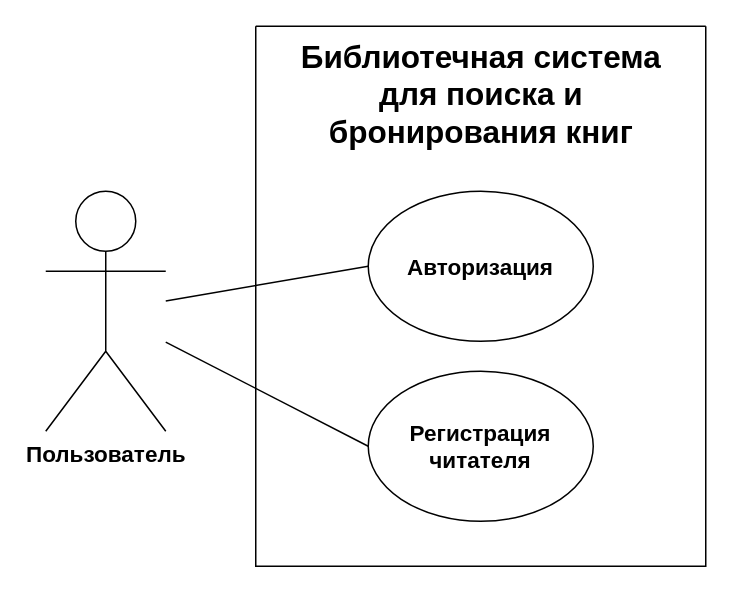
This is _doc/Конструкторский раздел/drawio/Диаграмма прецедентов. Пользователь.drawio from XOMAv2/library-system, a draw.io file, before an edit. Source tidied: cells renumbered, new cells numbered last; positions are measured from the earlier drawing's top-left corner, leaving out a move shared by most shapes. Both pictures are drawn from the tidied source at 150%, with x=0, y=0 at pixel (45, 26).
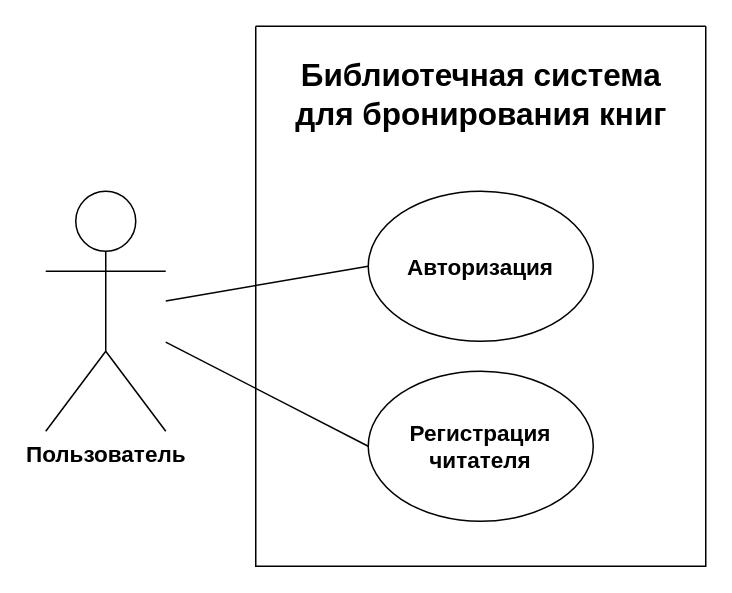
The same page after the edit.

What changed in the source:
```diff
@@
 <mxGraphModel>
   <root>
     <mxCell id="0" />
     <mxCell id="1" parent="0" />
     <mxCell id="2" value="Пользователь" style="shape=umlActor;verticalLabelPosition=bottom;verticalAlign=top;html=1;outlineConnect=0;fontSize=15;fontStyle=1;labelBackgroundColor=none;fillColor=none;" parent="1" vertex="1">
       <mxGeometry y="110" width="80" height="160" as="geometry" />
     </mxCell>
     <mxCell id="3" style="swimlane;startSize=0;fontSize=15;fontStyle=1;labelBackgroundColor=none;" parent="1" vertex="1">
       <mxGeometry x="140" width="300" height="360" as="geometry" />
     </mxCell>
-    <mxCell id="4" value="&lt;font style=&quot;font-size: 21px&quot;&gt;Библиотечная система&lt;br&gt;для поиска и&lt;br&gt;бронирования книг&lt;/font&gt;" style="text;html=1;align=center;verticalAlign=middle;strokeColor=none;fontSize=15;fontStyle=1;labelBackgroundColor=none;" parent="3" vertex="1">
-      <mxGeometry x="20" y="10" width="260" height="70" as="geometry" />
+    <mxCell id="4" value="&lt;font style=&quot;font-size: 21px&quot;&gt;Библиотечная система&lt;br&gt;для бронирования книг&lt;/font&gt;" style="text;html=1;align=center;verticalAlign=middle;strokeColor=none;fontSize=15;fontStyle=1;labelBackgroundColor=none;" parent="3" vertex="1">
+      <mxGeometry x="15" y="20" width="270" height="50" as="geometry" />
     </mxCell>
     <mxCell id="5" value="Регистрация&lt;br&gt;читателя" style="ellipse;whiteSpace=wrap;html=1;fontSize=15;fontStyle=1;labelBackgroundColor=none;fillColor=none;" parent="3" vertex="1">
       <mxGeometry x="75" y="230" width="150" height="100" as="geometry" />
     </mxCell>
     <mxCell id="6" value="Авторизация" style="ellipse;whiteSpace=wrap;html=1;fontSize=15;fontStyle=1;labelBackgroundColor=none;fillColor=none;" parent="3" vertex="1">
       <mxGeometry x="75" y="110" width="150" height="100" as="geometry" />
     </mxCell>
     <mxCell id="7" style="edgeStyle=none;rounded=0;jettySize=auto;html=1;fontSize=15;startArrow=none;startFill=0;endArrow=none;endFill=0;labelBackgroundColor=none;exitX=0;exitY=0.5;exitDx=0;exitDy=0;" parent="1" edge="1" source="5" target="2">
       <mxGeometry relative="1" as="geometry" />
     </mxCell>
     <mxCell id="8" style="endArrow=none;html=1;labelBackgroundColor=none;entryX=0;entryY=0.5;entryDx=0;entryDy=0;" parent="1" edge="1" source="2" target="6">
       <mxGeometry relative="1" as="geometry" />
     </mxCell>
   </root>
 </mxGraphModel>
```
